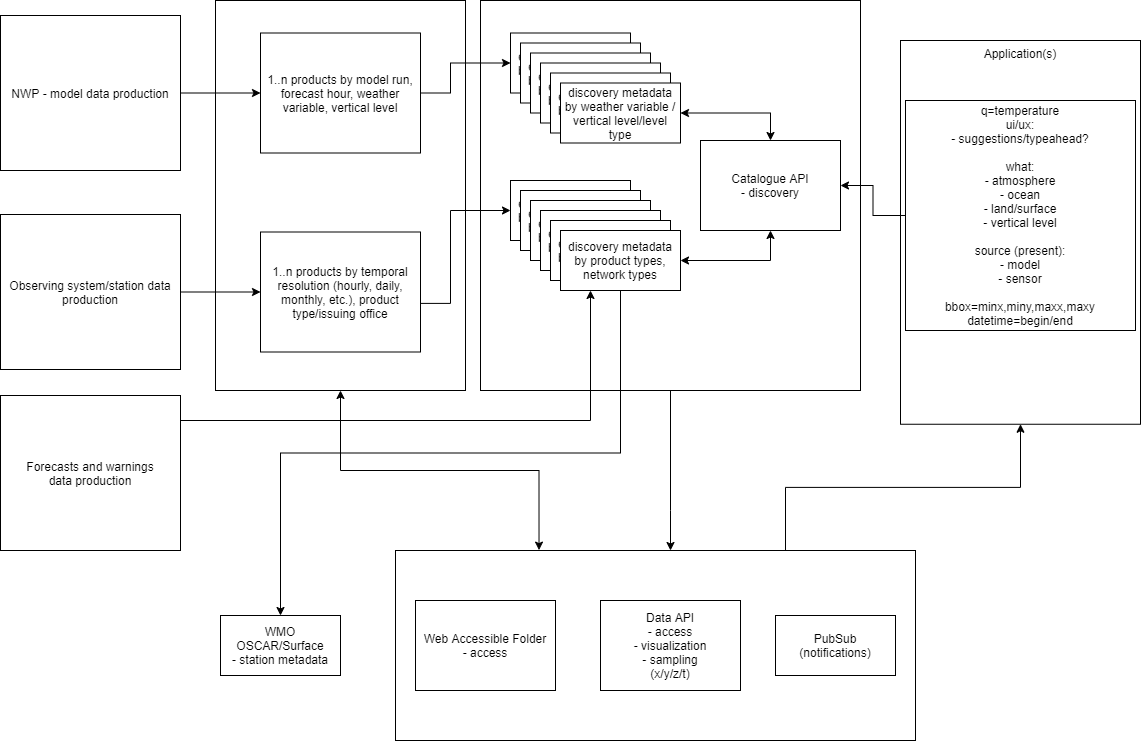
wmo-im/wcmp2 keeps this draw.io diagram as standard/images/metadata-discovery-workflow.png. Above is the earlier version. Source tidied: cells renumbered, new cells last; positions are measured from the earlier drawing's top-left corner, leaving out a move shared by most shapes.
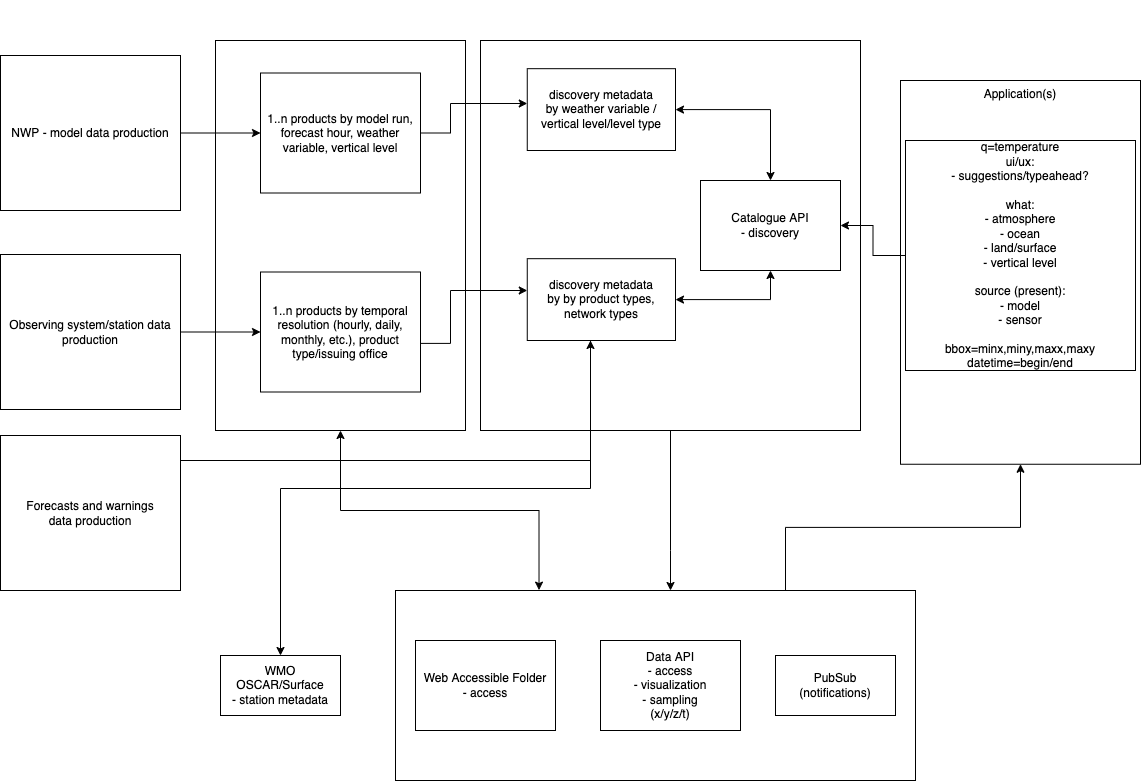
The same file after the commit.

What changed in the source:
```diff
@@ -35,30 +35,15 @@
       <mxGeometry relative="1" as="geometry" />
     </mxCell>
     <mxCell id="11" style="group;" parent="1" vertex="1">
-      <mxGeometry x="510" y="32.5" width="170" height="110" as="geometry" />
+      <mxGeometry x="465" y="-40" width="210" height="150" as="geometry" />
     </mxCell>
     <mxCell id="12" style="group;" parent="11" vertex="1">
-      <mxGeometry width="170" height="110" as="geometry" />
+      <mxGeometry width="210" height="150" as="geometry" />
     </mxCell>
-    <mxCell id="13" value="discovery metadata&lt;br&gt;by weather variable" style="rounded=0;whiteSpace=wrap;html=1;" parent="12" vertex="1">
-      <mxGeometry width="120" height="60" as="geometry" />
-    </mxCell>
-    <mxCell id="14" value="discovery metadata&lt;br&gt;by weather variable" style="rounded=0;whiteSpace=wrap;html=1;" parent="12" vertex="1">
-      <mxGeometry x="10" y="10" width="120" height="60" as="geometry" />
-    </mxCell>
-    <mxCell id="15" value="discovery metadata&lt;br&gt;by weather variable" style="rounded=0;whiteSpace=wrap;html=1;" parent="12" vertex="1">
-      <mxGeometry x="20" y="20" width="120" height="60" as="geometry" />
-    </mxCell>
-    <mxCell id="16" value="discovery metadata&lt;br&gt;by weather variable" style="rounded=0;whiteSpace=wrap;html=1;" parent="12" vertex="1">
-      <mxGeometry x="30" y="30" width="120" height="60" as="geometry" />
-    </mxCell>
-    <mxCell id="17" value="discovery metadata&lt;br&gt;by weather variable" style="rounded=0;whiteSpace=wrap;html=1;" parent="12" vertex="1">
-      <mxGeometry x="40" y="40" width="120" height="60" as="geometry" />
-    </mxCell>
     <mxCell id="18" value="discovery metadata&lt;br&gt;by weather variable / vertical level/level type" style="rounded=0;whiteSpace=wrap;html=1;" parent="12" vertex="1">
-      <mxGeometry x="50" y="50" width="120" height="60" as="geometry" />
+      <mxGeometry x="61.8" y="68.2" width="148.2" height="81.8" as="geometry" />
     </mxCell>
-    <mxCell id="19" style="endArrow=classic;html=1;rounded=0;edgeStyle=orthogonalEdgeStyle;exitX=1;exitY=0.5;exitDx=0;exitDy=0;entryX=0;entryY=0.5;entryDx=0;entryDy=0;" parent="1" edge="1" source="9" target="13">
+    <mxCell id="19" style="endArrow=classic;html=1;rounded=0;edgeStyle=orthogonalEdgeStyle;exitX=1;exitY=0.5;exitDx=0;exitDy=0;" parent="1" edge="1" source="9" target="18">
       <mxGeometry relative="1" as="geometry">
         <Array as="points">
           <mxPoint x="450" y="93" />
@@ -66,8 +51,12 @@
         </Array>
       </mxGeometry>
     </mxCell>
-    <mxCell id="20" style="startArrow=classic;edgeStyle=orthogonalEdgeStyle;rounded=0;jettySize=auto;html=1;exitX=0.5;exitY=1;exitDx=0;exitDy=0;entryX=1;entryY=0.5;entryDx=0;entryDy=0;" parent="1" edge="1" source="21" target="31">
-      <mxGeometry relative="1" as="geometry" />
+    <mxCell id="20" style="startArrow=classic;edgeStyle=orthogonalEdgeStyle;rounded=0;jettySize=auto;html=1;exitX=0.5;exitY=1;exitDx=0;exitDy=0;entryX=1;entryY=0.5;entryDx=0;entryDy=0;" parent="1" edge="1" source="21" target="46">
+      <mxGeometry relative="1" as="geometry">
+        <Array as="points">
+          <mxPoint x="770" y="259" />
+        </Array>
+      </mxGeometry>
     </mxCell>
     <mxCell id="21" value="Catalogue API&lt;br&gt;- discovery" style="rounded=0;whiteSpace=wrap;html=1;" parent="1" vertex="1">
       <mxGeometry x="700" y="140" width="140" height="90" as="geometry" />
@@ -81,35 +70,14 @@
     <mxCell id="24" style="endArrow=classic;html=1;rounded=0;edgeStyle=orthogonalEdgeStyle;exitX=1;exitY=0.5;exitDx=0;exitDy=0;" parent="1" edge="1" source="22" target="23">
       <mxGeometry relative="1" as="geometry" />
     </mxCell>
-    <mxCell id="25" style="group;" parent="1" vertex="1">
-      <mxGeometry x="510" y="180" width="170" height="110" as="geometry" />
-    </mxCell>
-    <mxCell id="26" value="discovery metadata&lt;br&gt;by weather variable" style="rounded=0;whiteSpace=wrap;html=1;" parent="25" vertex="1">
-      <mxGeometry width="120" height="60" as="geometry" />
-    </mxCell>
-    <mxCell id="27" value="discovery metadata&lt;br&gt;by weather variable" style="rounded=0;whiteSpace=wrap;html=1;" parent="25" vertex="1">
-      <mxGeometry x="10" y="10" width="120" height="60" as="geometry" />
-    </mxCell>
-    <mxCell id="28" value="discovery metadata&lt;br&gt;by weather variable" style="rounded=0;whiteSpace=wrap;html=1;" parent="25" vertex="1">
-      <mxGeometry x="20" y="20" width="120" height="60" as="geometry" />
-    </mxCell>
-    <mxCell id="29" value="discovery metadata&lt;br&gt;by weather variable" style="rounded=0;whiteSpace=wrap;html=1;" parent="25" vertex="1">
-      <mxGeometry x="30" y="30" width="120" height="60" as="geometry" />
-    </mxCell>
-    <mxCell id="30" value="discovery metadata&lt;br&gt;by weather variable" style="rounded=0;whiteSpace=wrap;html=1;" parent="25" vertex="1">
-      <mxGeometry x="40" y="40" width="120" height="60" as="geometry" />
-    </mxCell>
-    <mxCell id="31" value="discovery metadata&lt;br&gt;by product types, network types" style="rounded=0;whiteSpace=wrap;html=1;" parent="25" vertex="1">
-      <mxGeometry x="50" y="50" width="120" height="60" as="geometry" />
-    </mxCell>
     <mxCell id="32" style="startArrow=classic;endArrow=classic;html=1;rounded=0;edgeStyle=orthogonalEdgeStyle;exitX=1;exitY=0.5;exitDx=0;exitDy=0;entryX=0.5;entryY=0;entryDx=0;entryDy=0;" parent="1" edge="1" source="18" target="21">
       <mxGeometry relative="1" as="geometry" />
     </mxCell>
-    <mxCell id="33" style="endArrow=classic;html=1;rounded=0;edgeStyle=orthogonalEdgeStyle;entryX=0;entryY=0.5;entryDx=0;entryDy=0;exitX=0.999;exitY=0.595;exitDx=0;exitDy=0;exitPerimeter=0;" parent="1" edge="1" source="23" target="26">
+    <mxCell id="33" style="endArrow=classic;html=1;rounded=0;edgeStyle=orthogonalEdgeStyle;exitX=0.999;exitY=0.595;exitDx=0;exitDy=0;exitPerimeter=0;" parent="1" edge="1" source="23" target="46">
       <mxGeometry relative="1" as="geometry">
         <Array as="points">
           <mxPoint x="450" y="303" />
-          <mxPoint x="450" y="210" />
+          <mxPoint x="450" y="250" />
         </Array>
       </mxGeometry>
     </mxCell>
@@ -137,10 +105,16 @@
     <mxCell id="41" value="WMO OSCAR/Surface&lt;br&gt;- station metadata" style="rounded=0;whiteSpace=wrap;html=1;" parent="1" vertex="1">
       <mxGeometry x="220" y="615" width="120" height="60" as="geometry" />
     </mxCell>
-    <mxCell id="42" style="edgeStyle=orthogonalEdgeStyle;rounded=0;jettySize=auto;html=1;exitX=0.5;exitY=1;exitDx=0;exitDy=0;entryX=0.5;entryY=0;entryDx=0;entryDy=0;" parent="1" edge="1" source="31" target="41">
-      <mxGeometry relative="1" as="geometry" />
+    <mxCell id="42" style="edgeStyle=orthogonalEdgeStyle;rounded=0;jettySize=auto;html=1;exitX=0.642;exitY=1;exitDx=0;exitDy=0;entryX=0.5;entryY=0;entryDx=0;entryDy=0;exitPerimeter=0;" parent="1" edge="1" source="46" target="41">
+      <mxGeometry relative="1" as="geometry">
+        <Array as="points">
+          <mxPoint x="590" y="280" />
+          <mxPoint x="590" y="448" />
+          <mxPoint x="280" y="448" />
+        </Array>
+      </mxGeometry>
     </mxCell>
-    <mxCell id="43" style="edgeStyle=orthogonalEdgeStyle;rounded=0;jettySize=auto;html=1;exitX=1;exitY=0.5;exitDx=0;exitDy=0;entryX=0.25;entryY=1;entryDx=0;entryDy=0;" parent="1" edge="1" source="44" target="31">
+    <mxCell id="43" style="edgeStyle=orthogonalEdgeStyle;rounded=0;jettySize=auto;html=1;exitX=1;exitY=0.5;exitDx=0;exitDy=0;" parent="1" edge="1" source="44" target="46">
       <mxGeometry relative="1" as="geometry">
         <Array as="points">
           <mxPoint x="180" y="420" />
@@ -151,5 +125,11 @@
     <mxCell id="44" value="Forecasts and warnings&lt;br&gt;data production" style="rounded=0;whiteSpace=wrap;html=1;" parent="1" vertex="1">
       <mxGeometry y="395" width="180" height="155" as="geometry" />
     </mxCell>
+    <mxCell id="45" style="group;" parent="1" vertex="1">
+      <mxGeometry x="465" y="150" width="210" height="150" as="geometry" />
+    </mxCell>
+    <mxCell id="46" value="discovery metadata&lt;br&gt;by by product types, network types" style="rounded=0;whiteSpace=wrap;html=1;" parent="45" vertex="1">
+      <mxGeometry x="61.8" y="68.2" width="148.2" height="81.8" as="geometry" />
+    </mxCell>
   </root>
 </mxGraphModel>
```
